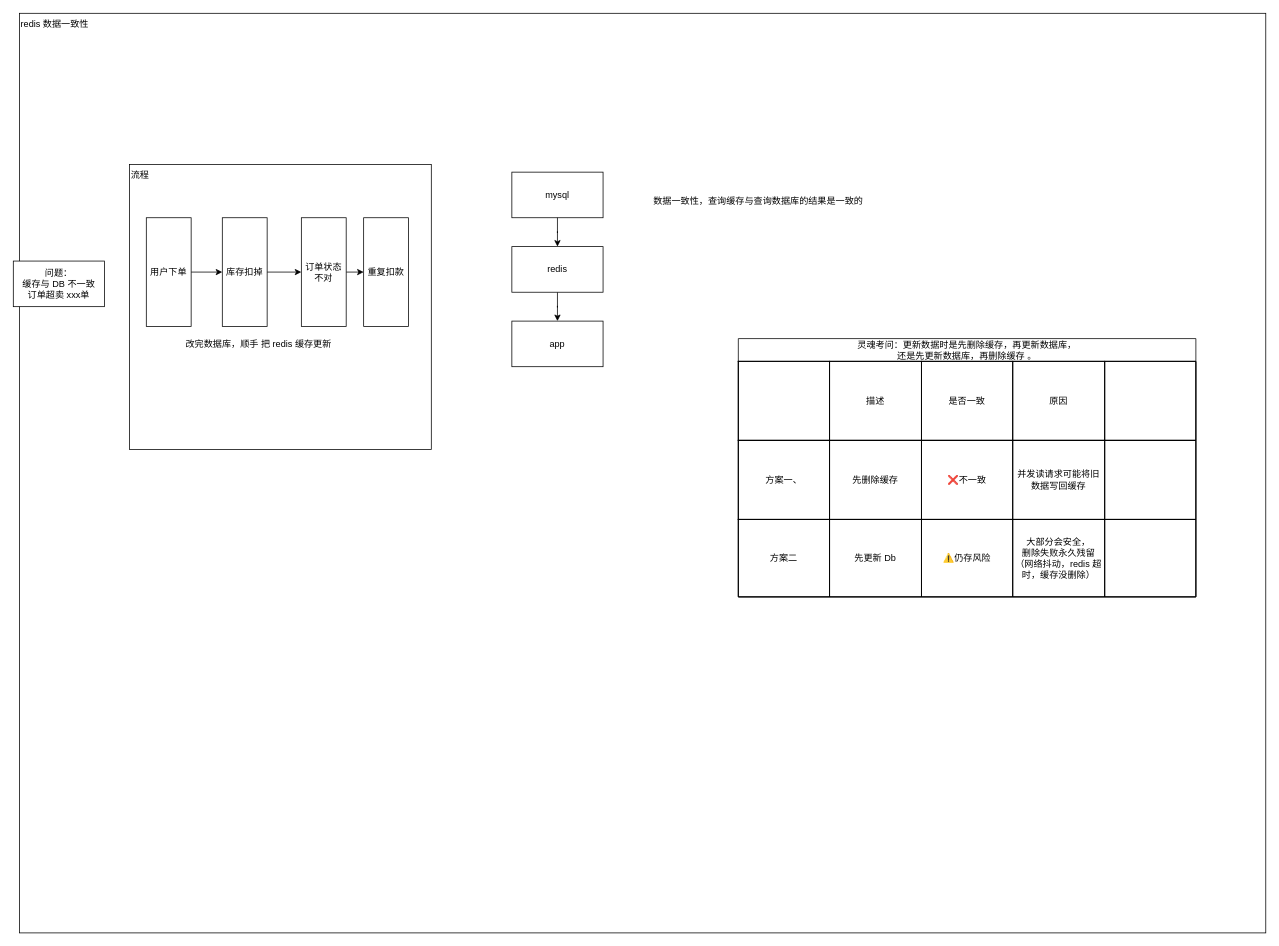
vic868/Deliberate keeps this draw.io diagram as page "第 13 页" (13 of 13) of 2-redis/Redis-架构与面试.drawio. Above is the earlier version. Source tidied: cells renumbered, new cells numbered last; positions are measured from the earlier drawing's top-left corner, leaving out a move shared by most shapes. Both pictures are drawn from the tidied source at 76%, with x=0, y=0 at pixel (13, 13).
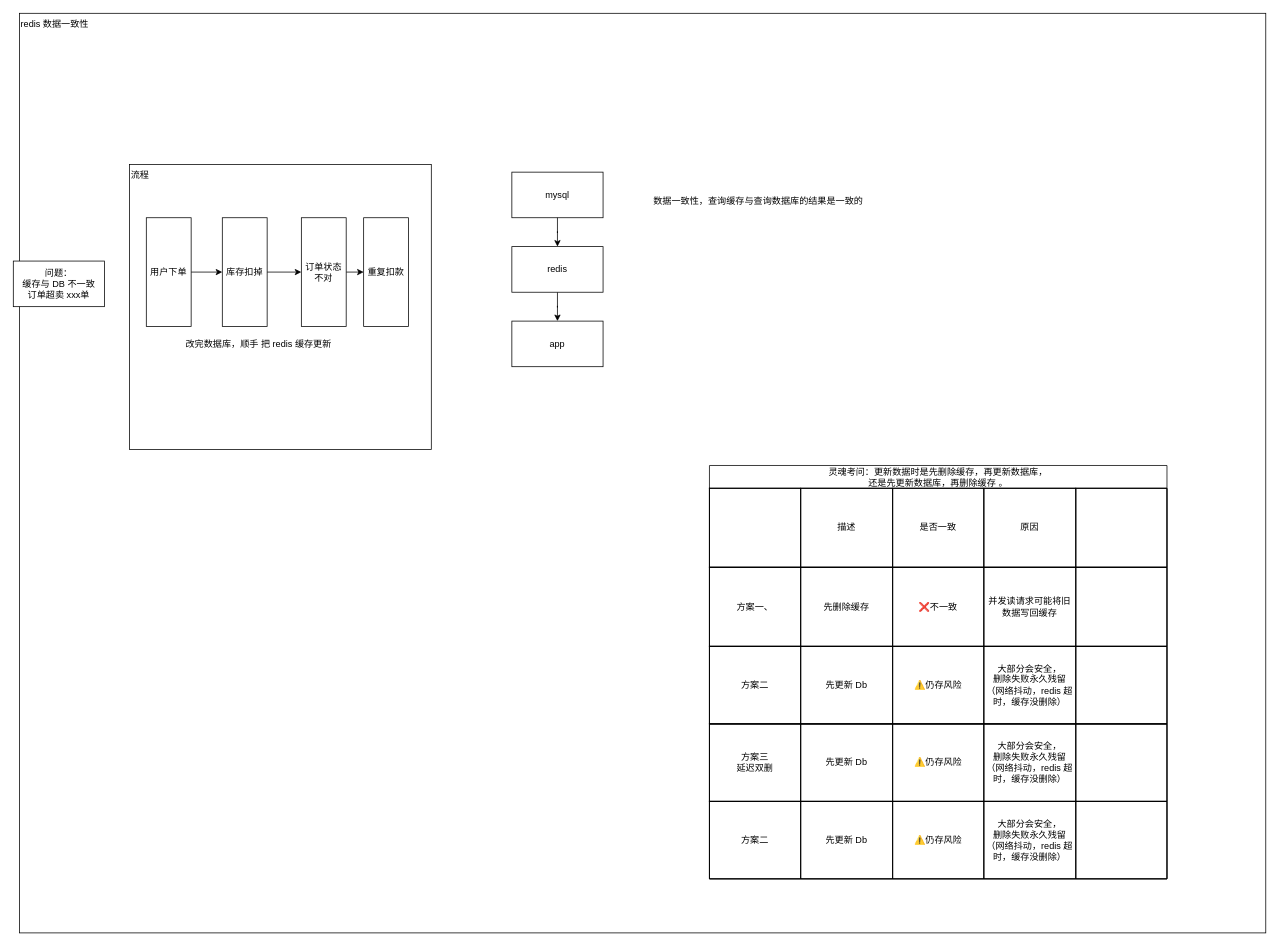
The same diagram, later.

Commit message:
vault backup: 2026-10-24 13:52:35

Diff of the diagram source:
```diff
@@
     <mxCell id="20" value="灵魂考问：更新数据时是先删除缓存，再更新数据库，&#10;还是先更新数据库，再删除缓存 。" style="shape=table;startSize=30;childLayout=tableLayout;fixedHeader=1;tableRender=collapsed;" parent="1" vertex="1">
-      <mxGeometry x="954" y="428" width="602" height="339.6" as="geometry" />
+      <mxGeometry x="916" y="595" width="602" height="543.6" as="geometry" />
     </mxCell>
@@
+    <mxCell id="39" style="shape=tableRow;horizontal=0;startSize=0;swimlaneHead=0;swimlaneBody=0;strokeColor=inherit;fillColor=none;fixedHeader=1;" parent="20" vertex="1">
+      <mxGeometry y="340" width="602" height="102" as="geometry" />
+    </mxCell>
+    <mxCell id="40" value="方案三&lt;div&gt;延迟双删&lt;/div&gt;" style="shape=partialRectangle;html=1;whiteSpace=wrap;strokeColor=inherit;overflow=hidden;fillColor=none;" parent="39" vertex="1">
+      <mxGeometry width="120" height="102" as="geometry" />
+    </mxCell>
+    <mxCell id="41" value="先更新 Db" style="shape=partialRectangle;html=1;whiteSpace=wrap;strokeColor=inherit;overflow=hidden;fillColor=none;" parent="39" vertex="1">
+      <mxGeometry x="120" width="121" height="102" as="geometry" />
+    </mxCell>
+    <mxCell id="42" value="⚠️仍存风险" style="shape=partialRectangle;html=1;whiteSpace=wrap;strokeColor=inherit;overflow=hidden;fillColor=none;" parent="39" vertex="1">
+      <mxGeometry x="241" width="120" height="102" as="geometry" />
+    </mxCell>
+    <mxCell id="43" value="大部分会安全，&lt;div&gt;删除失败永久残留&lt;/div&gt;&lt;div&gt;（网络抖动，redis 超时，缓存没删除）&lt;/div&gt;" style="shape=partialRectangle;html=1;whiteSpace=wrap;strokeColor=inherit;overflow=hidden;fillColor=none;" parent="39" vertex="1">
+      <mxGeometry x="361" width="121" height="102" as="geometry" />
+    </mxCell>
+    <mxCell id="44" style="shape=partialRectangle;html=1;whiteSpace=wrap;strokeColor=inherit;overflow=hidden;fillColor=none;" parent="39" vertex="1">
+      <mxGeometry x="482" width="120" height="102" as="geometry" />
+    </mxCell>
+    <mxCell id="45" style="shape=tableRow;horizontal=0;startSize=0;swimlaneHead=0;swimlaneBody=0;strokeColor=inherit;fillColor=none;fixedHeader=1;" parent="20" vertex="1">
+      <mxGeometry y="442" width="602" height="102" as="geometry" />
+    </mxCell>
+    <mxCell id="46" value="方案二" style="shape=partialRectangle;html=1;whiteSpace=wrap;strokeColor=inherit;overflow=hidden;fillColor=none;" parent="45" vertex="1">
+      <mxGeometry width="120" height="102" as="geometry" />
+    </mxCell>
+    <mxCell id="47" value="先更新 Db" style="shape=partialRectangle;html=1;whiteSpace=wrap;strokeColor=inherit;overflow=hidden;fillColor=none;" parent="45" vertex="1">
+      <mxGeometry x="120" width="121" height="102" as="geometry" />
+    </mxCell>
+    <mxCell id="48" value="⚠️仍存风险" style="shape=partialRectangle;html=1;whiteSpace=wrap;strokeColor=inherit;overflow=hidden;fillColor=none;" parent="45" vertex="1">
+      <mxGeometry x="241" width="120" height="102" as="geometry" />
+    </mxCell>
+    <mxCell id="49" value="大部分会安全，&lt;div&gt;删除失败永久残留&lt;/div&gt;&lt;div&gt;（网络抖动，redis 超时，缓存没删除）&lt;/div&gt;" style="shape=partialRectangle;html=1;whiteSpace=wrap;strokeColor=inherit;overflow=hidden;fillColor=none;" parent="45" vertex="1">
+      <mxGeometry x="361" width="121" height="102" as="geometry" />
+    </mxCell>
+    <mxCell id="50" style="shape=partialRectangle;html=1;whiteSpace=wrap;strokeColor=inherit;overflow=hidden;fillColor=none;" parent="45" vertex="1">
+      <mxGeometry x="482" width="120" height="102" as="geometry" />
+    </mxCell>
```
